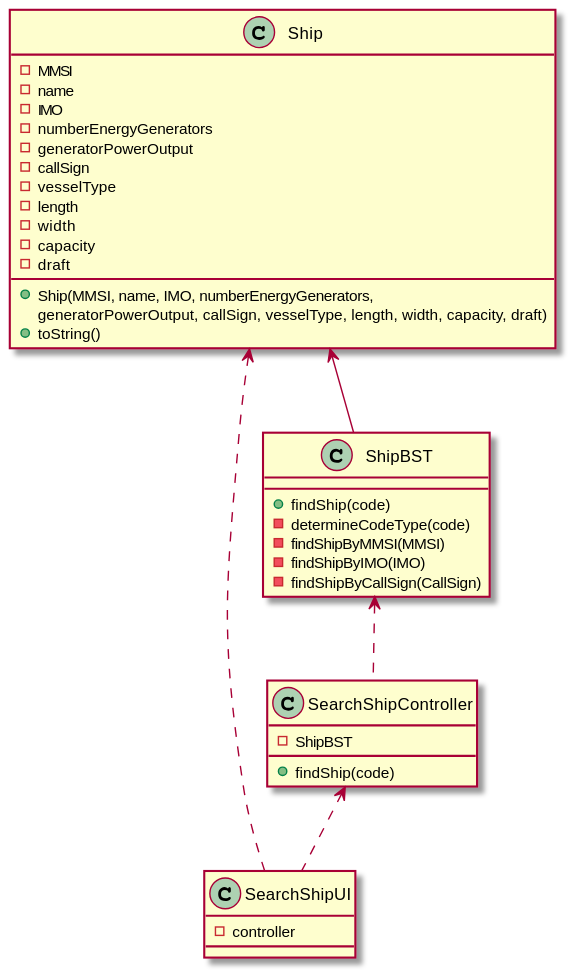
1190772/LAB-Project-3 keeps this PlantUML diagram as docs/Sprint 3/US/US102/US102_CD.svg. Above is the earlier version.
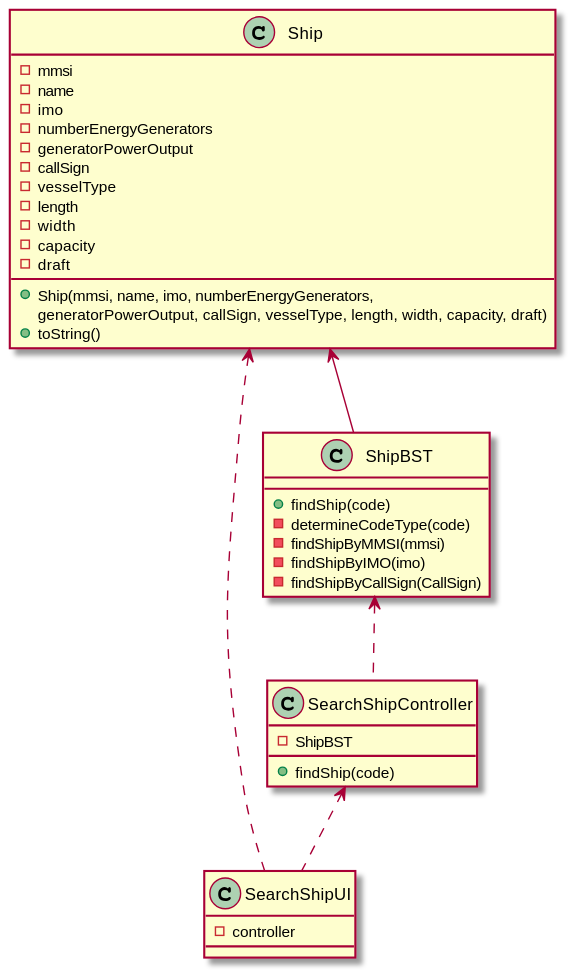
After the change.

What changed in the source:
```diff
@@ -12,15 +12,15 @@
 class ShipBST {
 + findShip(code)
 - determineCodeType(code)
-- findShipByMMSI(MMSI)
-- findShipByIMO(IMO)
+- findShipByMMSI(mmsi)
+- findShipByIMO(imo)
 - findShipByCallSign(CallSign)
 }
 
 class Ship {
--MMSI
+-mmsi
 -name
--IMO
+-imo
 -numberEnergyGenerators
 -generatorPowerOutput
 -callSign
@@ -29,7 +29,7 @@
 -width
 -capacity
 -draft
-+ Ship(MMSI, name, IMO, numberEnergyGenerators,
++ Ship(mmsi, name, imo, numberEnergyGenerators,
           generatorPowerOutput, callSign, vesselType, length, width, capacity, draft)
 + toString()
 }
```
